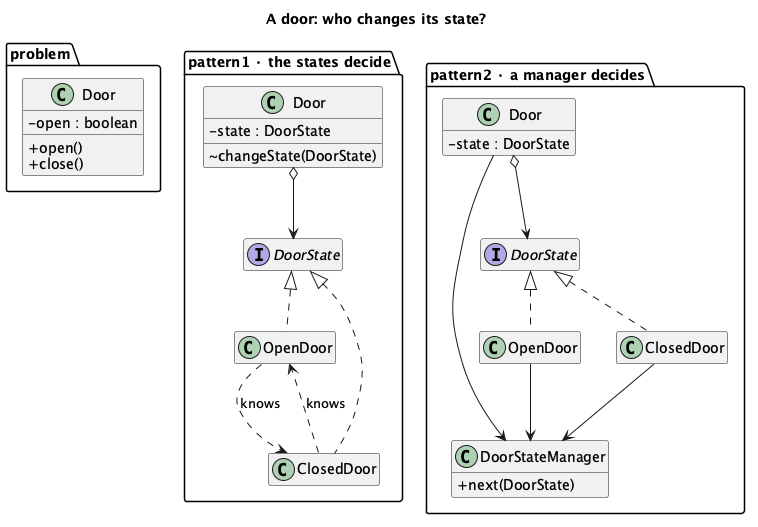
Earlier version of the PlantUML export src/main/java/dev/kaldiroglu/dp/behavioral/state/door/uml/State - Door - Class Diagram.png (kaldiroglu/DesignPatternsWithJava). Its source is kept beside it as src/main/java/dev/kaldiroglu/dp/behavioral/state/door/uml/State - Door - Class Diagram.puml.
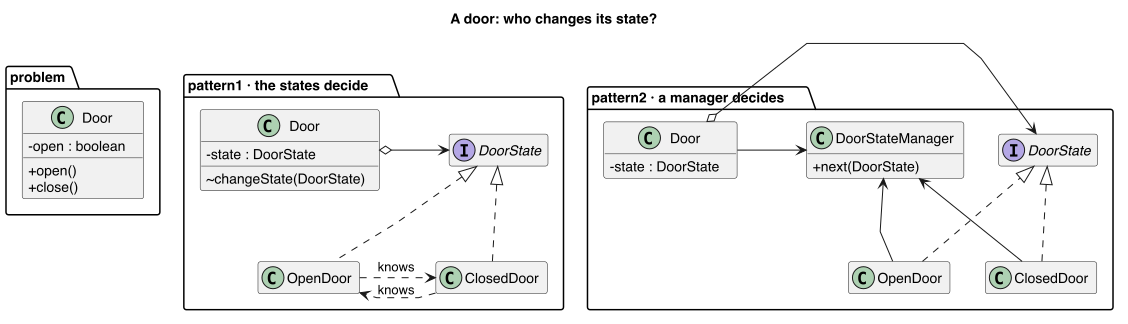
The same diagram one commit later.

The edit, as a diff of the source:
```diff
@@ -1,4 +1,5 @@
 @startuml "State - Door - Class Diagram"
+skinparam linetype polyline
 skinparam classAttributeIconSize 0
 hide empty members
 title A door: who changes its state?
@@ -18,11 +19,8 @@
   interface "DoorState" as S1
   class "OpenDoor" as O1
   class "ClosedDoor" as C1
-  D1 o--> S1
   S1 <|.. O1
   S1 <|.. C1
-  O1 ..> C1 : knows
-  C1 ..> O1 : knows
 }
 package "pattern2 · a manager decides" {
   class "Door" as D2 {
@@ -34,13 +32,16 @@
   interface "DoorState" as S2
   class "OpenDoor" as O2
   class "ClosedDoor" as C2
-  D2 o--> S2
-  D2 --> DoorStateManager
   S2 <|.. O2
   S2 <|.. C2
-  O2 --> DoorStateManager
-  C2 --> DoorStateManager
 }
 D0 -[hidden]right- D1
 D1 -[hidden]right- D2
+  D1 o-[norank]-> S1
+  O1 .[norank].> C1 : knows
+  C1 .[norank].> O1 : knows
+  D2 o-[norank]-> S2
+  D2 -[norank]-> DoorStateManager
+  O2 -[norank]-> DoorStateManager
+  C2 -[norank]-> DoorStateManager
 @enduml
```
